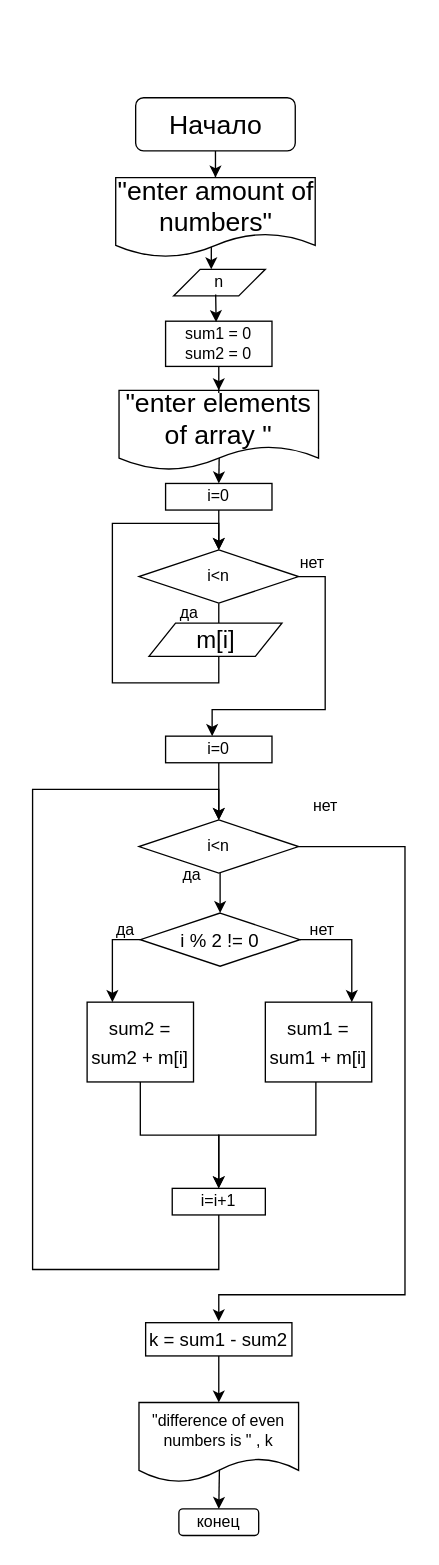
klep1koff/lifeishard keeps this draw.io diagram as 3/3.2.drawio. Above is the earlier version. Source tidied: cells renumbered, new cells numbered last; positions are measured from the earlier drawing's top-left corner, leaving out a move shared by most shapes. Both pictures are drawn from the tidied source at 133%, with x=0, y=0 at pixel (32, 97).
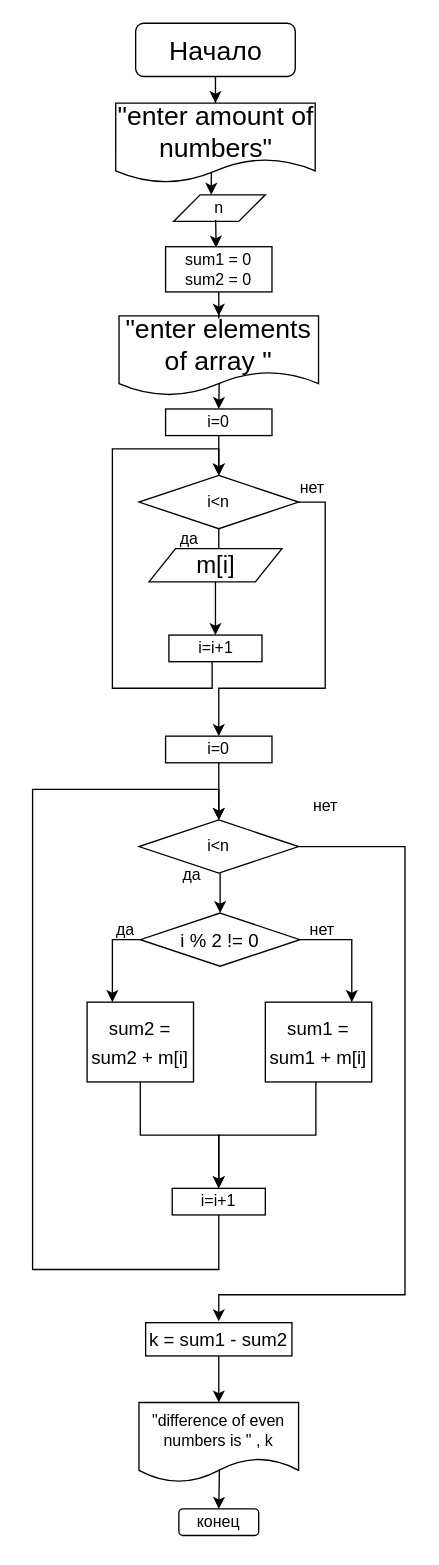
The same page after the edit.

Unchanged cells that the change refers to:
```xml
<mxCell id="35" value="i=0" style="whiteSpace=wrap;html=1;rounded=0;" parent="1" vertex="1">
  <mxGeometry x="100" y="480" width="80" height="20" as="geometry" />
</mxCell>
```

Change to the diagram source:
```diff
@@
     <mxCell id="3" value="i=0" style="whiteSpace=wrap;html=1;rounded=0;" parent="1" vertex="1">
-      <mxGeometry x="100" y="290" width="80" height="20" as="geometry" />
+      <mxGeometry x="100" y="234" width="80" height="20" as="geometry" />
     </mxCell>
     <mxCell id="4" style="edgeStyle=orthogonalEdgeStyle;rounded=0;jettySize=auto;html=1;" parent="1" edge="1" source="6">
       <mxGeometry relative="1" as="geometry">
-        <mxPoint x="140" y="395" as="targetPoint" />
+        <mxPoint x="140" y="339" as="targetPoint" />
       </mxGeometry>
     </mxCell>
-    <mxCell id="5" style="edgeStyle=orthogonalEdgeStyle;rounded=0;jettySize=auto;html=1;" parent="1" edge="1" source="6">
+    <mxCell id="5" style="edgeStyle=orthogonalEdgeStyle;rounded=0;jettySize=auto;html=1;entryX=0.5;entryY=0;entryDx=0;entryDy=0;" parent="1" edge="1" source="6" target="35">
       <mxGeometry relative="1" as="geometry">
-        <mxPoint x="135" y="480" as="targetPoint" />
         <Array as="points">
-          <mxPoint x="220" y="360" />
-          <mxPoint x="220" y="460" />
-          <mxPoint x="135" y="460" />
+          <mxPoint x="220" y="304" />
+          <mxPoint x="220" y="444" />
+          <mxPoint x="140" y="444" />
         </Array>
       </mxGeometry>
     </mxCell>
     <mxCell id="6" value="i&amp;lt;n" style="rhombus;whiteSpace=wrap;html=1;rounded=0;" parent="1" vertex="1">
-      <mxGeometry x="80" y="340" width="120" height="40" as="geometry" />
+      <mxGeometry x="80" y="284" width="120" height="40" as="geometry" />
     </mxCell>
     <mxCell id="7" value="да" style="text;html=1;strokeColor=none;fillColor=none;align=center;verticalAlign=middle;whiteSpace=wrap;rounded=0;" parent="1" vertex="1">
-      <mxGeometry x="87.5" y="380" width="60" height="15" as="geometry" />
+      <mxGeometry x="87.5" y="324" width="60" height="15" as="geometry" />
     </mxCell>
@@
     <mxCell id="9" value="&lt;font style=&quot;font-size: 20px&quot;&gt;Начало&lt;/font&gt;" style="rounded=1;whiteSpace=wrap;html=1;fontSize=12;glass=0;strokeWidth=1;shadow=0;" parent="1" vertex="1">
-      <mxGeometry x="77.5" width="120" height="40" as="geometry" />
+      <mxGeometry x="77.5" y="-56" width="120" height="40" as="geometry" />
     </mxCell>
     <mxCell id="10" style="edgeStyle=orthogonalEdgeStyle;rounded=0;jettySize=auto;html=1;entryX=0.411;entryY=0;entryDx=0;entryDy=0;entryPerimeter=0;exitX=0.49;exitY=0.839;exitDx=0;exitDy=0;exitPerimeter=0;" parent="1" edge="1" source="11" target="43">
       <mxGeometry relative="1" as="geometry">
         <Array as="points">
-          <mxPoint x="134" y="110" />
-          <mxPoint x="134" y="129" />
+          <mxPoint x="134" y="54" />
+          <mxPoint x="134" y="73" />
         </Array>
       </mxGeometry>
     </mxCell>
     <mxCell id="11" value="&lt;font style=&quot;font-size: 20px&quot;&gt;&quot;enter amount of numbers&quot;&lt;/font&gt;" style="shape=document;whiteSpace=wrap;html=1;boundedLbl=1;" parent="1" vertex="1">
-      <mxGeometry x="62.5" y="60" width="150" height="60" as="geometry" />
+      <mxGeometry x="62.5" y="4" width="150" height="60" as="geometry" />
     </mxCell>
@@
     <mxCell id="13" value="&lt;font style=&quot;font-size: 20px&quot;&gt;&quot;enter elements of array &quot;&lt;/font&gt;" style="shape=document;whiteSpace=wrap;html=1;boundedLbl=1;" parent="1" vertex="1">
-      <mxGeometry x="65" y="220" width="150" height="60" as="geometry" />
+      <mxGeometry x="65" y="164" width="150" height="60" as="geometry" />
     </mxCell>
-    <mxCell id="14" style="edgeStyle=orthogonalEdgeStyle;rounded=0;jettySize=auto;html=1;entryX=0.5;entryY=0;entryDx=0;entryDy=0;" parent="1" edge="1" source="15" target="6">
+    <mxCell id="14" style="edgeStyle=orthogonalEdgeStyle;rounded=0;jettySize=auto;html=1;entryX=0.5;entryY=0;entryDx=0;entryDy=0;startArrow=none;" parent="1" edge="1" source="46" target="6">
       <mxGeometry relative="1" as="geometry">
         <Array as="points">
-          <mxPoint x="140" y="440" />
-          <mxPoint x="60" y="440" />
-          <mxPoint x="60" y="320" />
-          <mxPoint x="140" y="320" />
+          <mxPoint x="135" y="444" />
+          <mxPoint x="60" y="444" />
+          <mxPoint x="60" y="264" />
+          <mxPoint x="140" y="264" />
         </Array>
       </mxGeometry>
     </mxCell>
+    <mxCell id="45" style="edgeStyle=orthogonalEdgeStyle;rounded=0;jettySize=auto;html=1;" parent="1" edge="1" source="15" target="46">
+      <mxGeometry relative="1" as="geometry" />
+    </mxCell>
     <mxCell id="15" value="&lt;span style=&quot;font-size: 18px&quot;&gt;m[i]&lt;/span&gt;" style="shape=parallelogram;perimeter=parallelogramPerimeter;whiteSpace=wrap;html=1;fixedSize=1;" parent="1" vertex="1">
-      <mxGeometry x="87.5" y="395" width="100" height="25" as="geometry" />
+      <mxGeometry x="87.5" y="339" width="100" height="25" as="geometry" />
     </mxCell>
     <mxCell id="16" value="нет" style="text;html=1;align=center;verticalAlign=middle;strokeColor=none;fillColor=none;" parent="1" vertex="1">
-      <mxGeometry x="190" y="340" width="40" height="20" as="geometry" />
+      <mxGeometry x="190" y="284" width="40" height="20" as="geometry" />
     </mxCell>
@@
     <mxCell id="42" value="sum1 = 0&lt;br&gt;sum2 = 0" style="rounded=0;whiteSpace=wrap;html=1;" parent="1" vertex="1">
-      <mxGeometry x="100" y="168" width="80" height="34" as="geometry" />
+      <mxGeometry x="100" y="112" width="80" height="34" as="geometry" />
     </mxCell>
     <mxCell id="43" value="n" style="shape=parallelogram;perimeter=parallelogramPerimeter;whiteSpace=wrap;html=1;fixedSize=1;" parent="1" vertex="1">
-      <mxGeometry x="106" y="129" width="69" height="20" as="geometry" />
+      <mxGeometry x="106" y="73" width="69" height="20" as="geometry" />
     </mxCell>
     <mxCell id="44" style="edgeStyle=orthogonalEdgeStyle;rounded=0;jettySize=auto;html=1;startArrow=none;exitX=0.459;exitY=0.95;exitDx=0;exitDy=0;exitPerimeter=0;entryX=0.475;entryY=0.02;entryDx=0;entryDy=0;entryPerimeter=0;" parent="1" edge="1" source="43" target="42">
       <mxGeometry relative="1" as="geometry">
         <Array as="points">
-          <mxPoint x="138" y="150" />
+          <mxPoint x="138" y="94" />
         </Array>
       </mxGeometry>
     </mxCell>
+    <mxCell id="46" value="i=i+1" style="rounded=0;whiteSpace=wrap;html=1;" parent="1" vertex="1">
+      <mxGeometry x="102.5" y="404" width="70" height="20" as="geometry" />
+    </mxCell>
```
